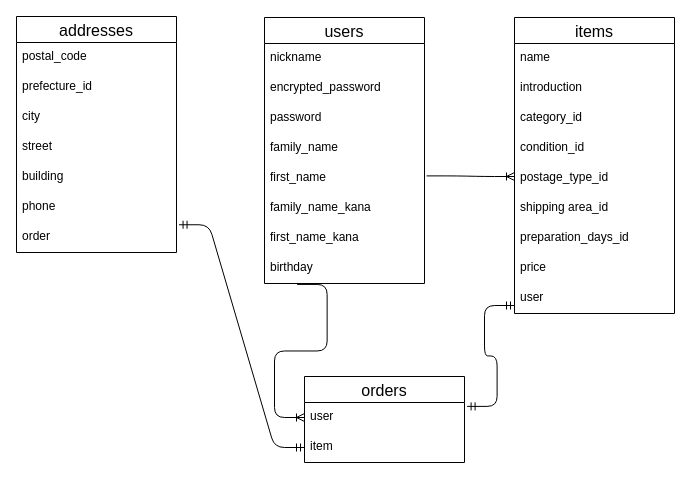
The draw.io diagram furima.dio in KENTA-AGAWA1984/furima-37672, before the edit. Source tidied: cells renumbered, new cells numbered last; positions are measured from the earlier drawing's top-left corner, leaving out a move shared by most shapes. Both pictures are drawn from the tidied source at 100%, with x=0, y=0 at pixel (16, 16).
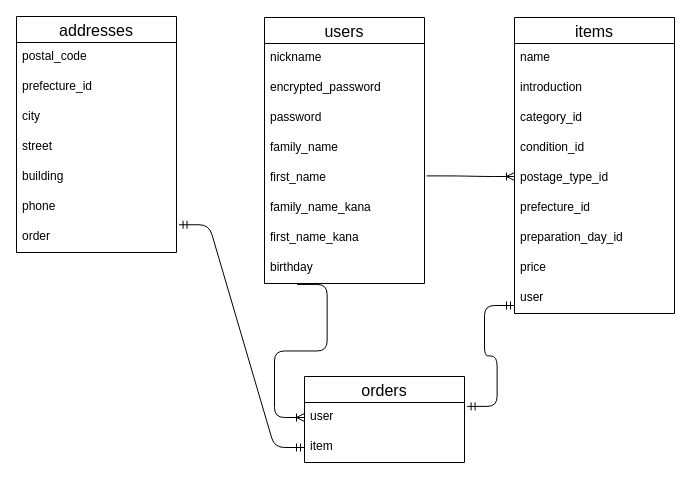
The same page after the edit.

Commit message (it also covers changes not shown here):
再度レビュー後、READMEとER図を変更

The change refers to these unchanged cells:
```xml
<mxCell id="20" value="items" style="swimlane;fontStyle=0;horizontal=1;startSize=26;align=center;fontSize=16;fontColor=default;" parent="1" vertex="1">
  <mxGeometry x="498" y="1" width="160" height="296" as="geometry" />
</mxCell>
```

Change to the diagram source:
```diff
@@
-    <mxCell id="26" value="shipping area_id " style="text;strokeColor=none;fillColor=none;spacingLeft=4;spacingRight=4;overflow=hidden;fontSize=12;" parent="20" vertex="1">
+    <mxCell id="26" value="prefecture_id" style="text;strokeColor=none;fillColor=none;spacingLeft=4;spacingRight=4;overflow=hidden;fontSize=12;" parent="20" vertex="1">
       <mxGeometry y="176" width="160" height="30" as="geometry" />
     </mxCell>
-    <mxCell id="27" value="preparation_days_id" style="text;strokeColor=none;fillColor=none;spacingLeft=4;spacingRight=4;overflow=hidden;fontSize=12;" parent="20" vertex="1">
+    <mxCell id="27" value="preparation_day_id" style="text;strokeColor=none;fillColor=none;spacingLeft=4;spacingRight=4;overflow=hidden;fontSize=12;" parent="20" vertex="1">
       <mxGeometry y="206" width="160" height="30" as="geometry" />
     </mxCell>
```
